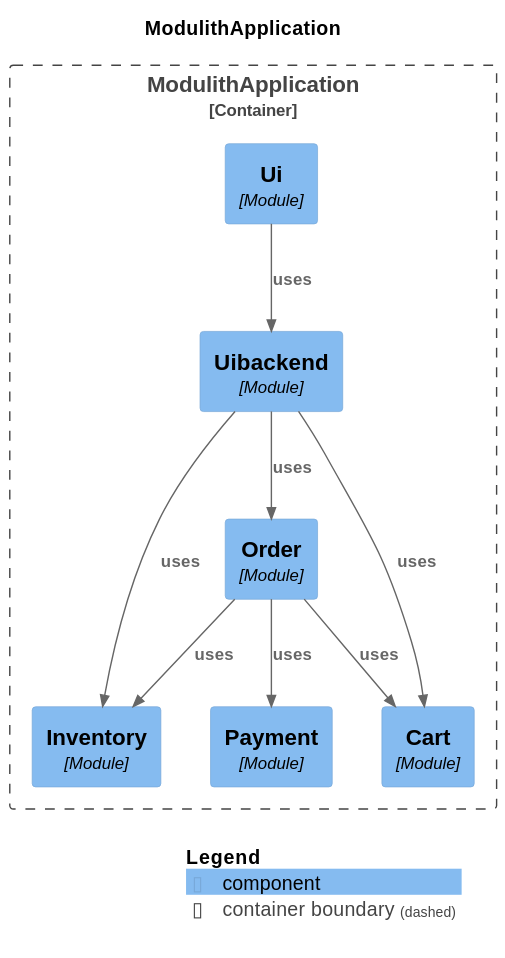
t2-project/documentation keeps this PlantUML diagram as source/diagrams/modulith-c4-components.svg. Above is the earlier version. The source it was exported from:
```plantuml
@startuml
title ModulithApplication

top to bottom direction

!include https://raw.githubusercontent.com/plantuml-stdlib/C4-PlantUML/master/C4.puml
!include https://raw.githubusercontent.com/plantuml-stdlib/C4-PlantUML/master/C4_Context.puml
!include https://raw.githubusercontent.com/plantuml-stdlib/C4-PlantUML/master/C4_Component.puml

Container_Boundary("ModulithApplication.ModulithApplication_boundary", "ModulithApplication", $tags="") {
  Component(ModulithApplication.ModulithApplication.Payment, "Payment", "Module", "", $tags="")
  Component(ModulithApplication.ModulithApplication.Inventory, "Inventory", "Module", "", $tags="")
  Component(ModulithApplication.ModulithApplication.Cart, "Cart", "Module", "", $tags="")
  Component(ModulithApplication.ModulithApplication.Order, "Order", "Module", "", $tags="")
  Component(ModulithApplication.ModulithApplication.Uibackend, "Uibackend", "Module", "", $tags="")
  Component(ModulithApplication.ModulithApplication.Ui, "Ui", "Module", "", $tags="")
}

Rel_D(ModulithApplication.ModulithApplication.Order, ModulithApplication.ModulithApplication.Cart, "uses", $tags="")
Rel_D(ModulithApplication.ModulithApplication.Order, ModulithApplication.ModulithApplication.Inventory, "uses", $tags="")
Rel_D(ModulithApplication.ModulithApplication.Order, ModulithApplication.ModulithApplication.Payment, "uses", $tags="")
Rel_D(ModulithApplication.ModulithApplication.Ui, ModulithApplication.ModulithApplication.Uibackend, "uses", $tags="")
Rel_D(ModulithApplication.ModulithApplication.Uibackend, ModulithApplication.ModulithApplication.Cart, "uses", $tags="")
Rel_D(ModulithApplication.ModulithApplication.Uibackend, ModulithApplication.ModulithApplication.Inventory, "uses", $tags="")
Rel_D(ModulithApplication.ModulithApplication.Uibackend, ModulithApplication.ModulithApplication.Order, "uses", $tags="")

SHOW_LEGEND(true)
@enduml
```
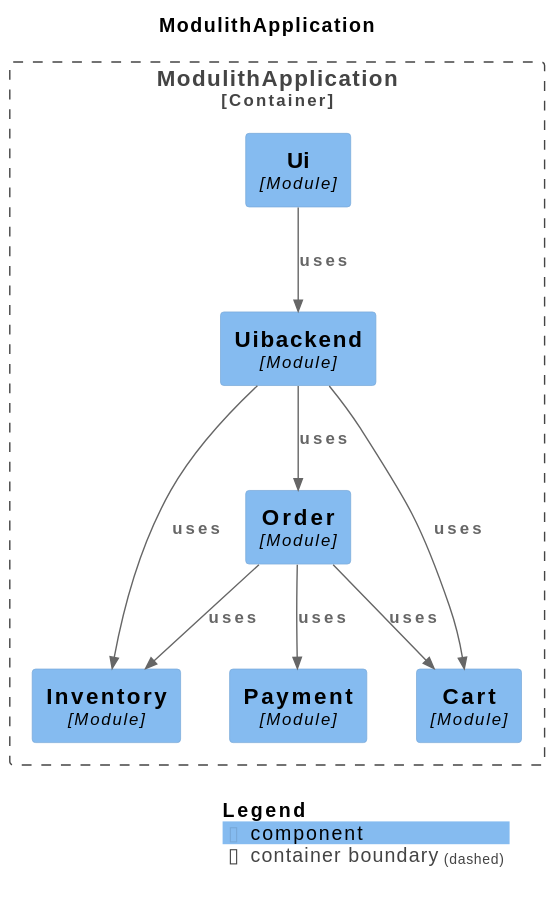
The same file after the commit.

Change to the diagram source:
```diff
@@ -8,12 +8,12 @@
 !include https://raw.githubusercontent.com/plantuml-stdlib/C4-PlantUML/master/C4_Component.puml
 
 Container_Boundary("ModulithApplication.ModulithApplication_boundary", "ModulithApplication", $tags="") {
+  Component(ModulithApplication.ModulithApplication.Ui, "Ui", "Module", "", $tags="")
   Component(ModulithApplication.ModulithApplication.Payment, "Payment", "Module", "", $tags="")
   Component(ModulithApplication.ModulithApplication.Inventory, "Inventory", "Module", "", $tags="")
   Component(ModulithApplication.ModulithApplication.Cart, "Cart", "Module", "", $tags="")
   Component(ModulithApplication.ModulithApplication.Order, "Order", "Module", "", $tags="")
   Component(ModulithApplication.ModulithApplication.Uibackend, "Uibackend", "Module", "", $tags="")
-  Component(ModulithApplication.ModulithApplication.Ui, "Ui", "Module", "", $tags="")
 }
 
 Rel_D(ModulithApplication.ModulithApplication.Order, ModulithApplication.ModulithApplication.Cart, "uses", $tags="")
```
